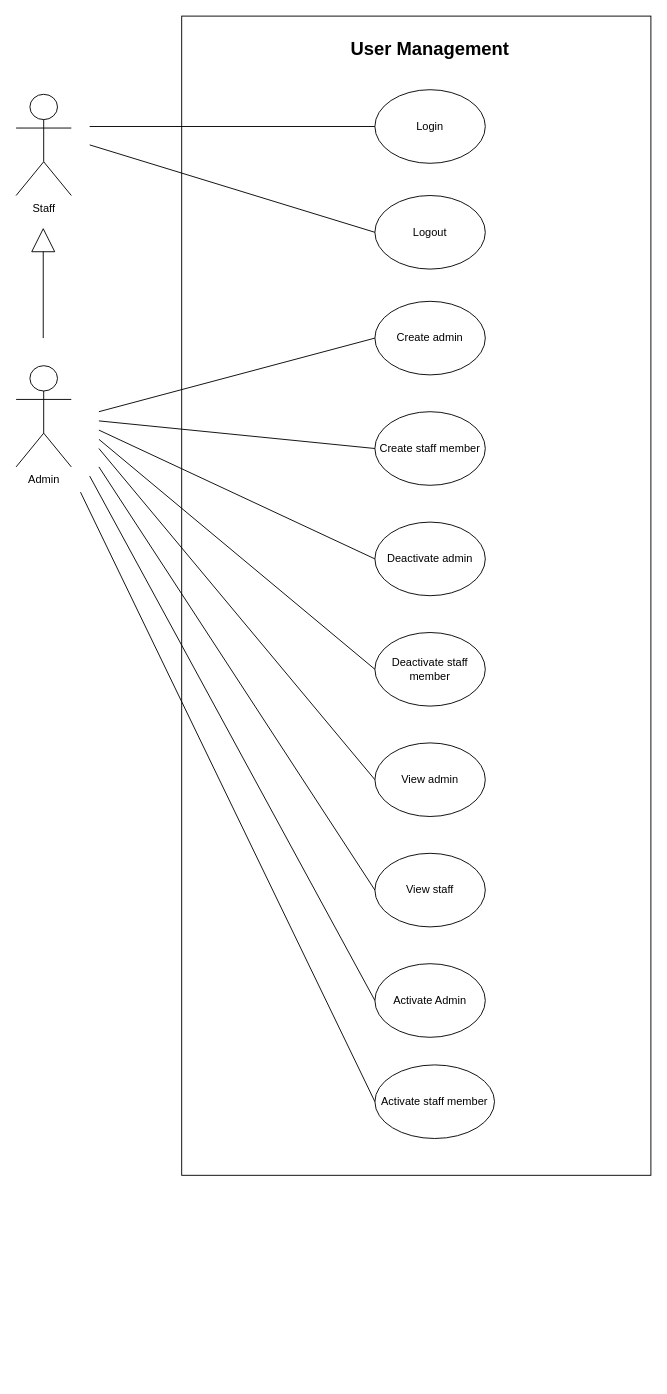
Before: docs/Analysis/Use_Case_Diagrams/User_Management.drawio in james15mokoena/SmartInventory, a draw.io diagram. Source tidied: cells renumbered, new cells numbered last; positions are measured from the earlier drawing's top-left corner, leaving out a move shared by most shapes. Both pictures are drawn from the tidied source at 92%, with x=0, y=0 at pixel (16, 16).
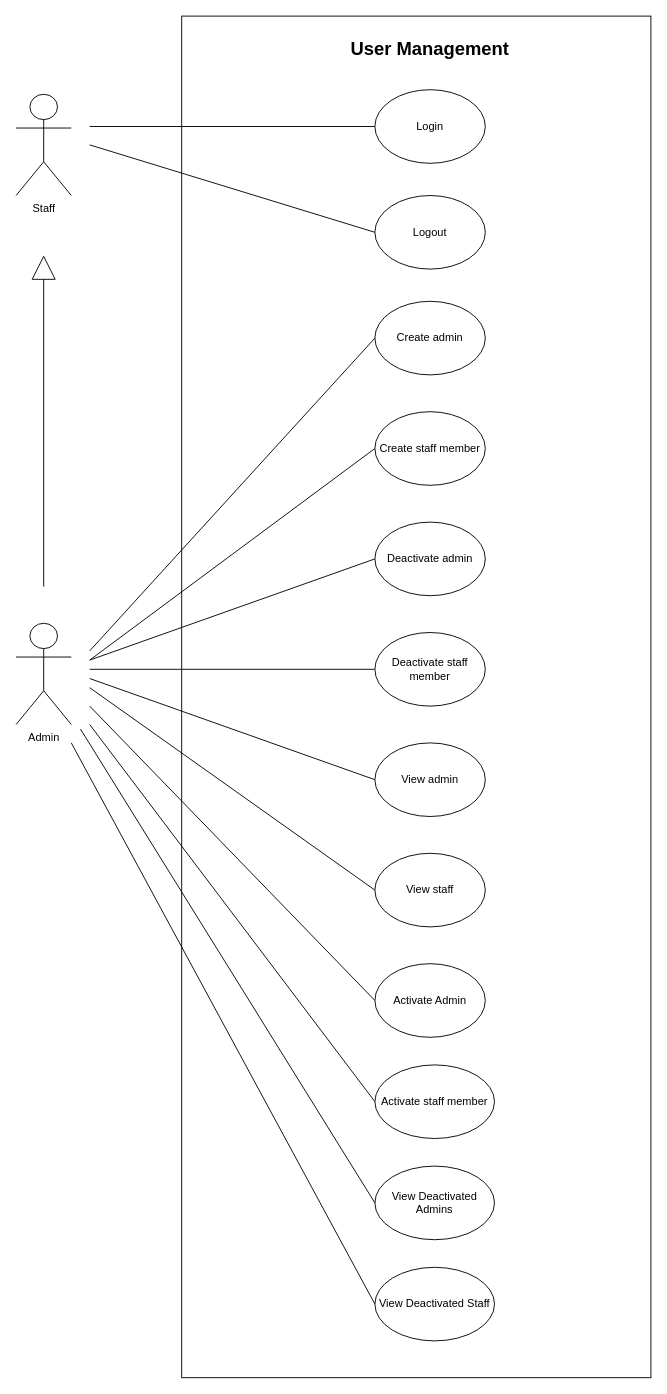
The same diagram, later.

Commit message (it also covers changes not shown here):
Implemented the view activated admins use case.

The change refers to these unchanged cells:
```xml
<mxCell id="4" value="Create admin" style="ellipse;whiteSpace=wrap;html=1;" parent="1" vertex="1">
  <mxGeometry x="390" y="310" width="120" height="80" as="geometry" />
</mxCell>
<mxCell id="10" value="Create staff member" style="ellipse;whiteSpace=wrap;html=1;" parent="1" vertex="1">
  <mxGeometry x="390" y="430" width="120" height="80" as="geometry" />
</mxCell>
<mxCell id="13" value="Deactivate admin" style="ellipse;whiteSpace=wrap;html=1;" parent="1" vertex="1">
  <mxGeometry x="390" y="550" width="120" height="80" as="geometry" />
</mxCell>
<mxCell id="14" value="Deactivate staff member" style="ellipse;whiteSpace=wrap;html=1;" parent="1" vertex="1">
  <mxGeometry x="390" y="670" width="120" height="80" as="geometry" />
</mxCell>
<mxCell id="19" value="View admin" style="ellipse;whiteSpace=wrap;html=1;" parent="1" vertex="1">
  <mxGeometry x="390" y="790" width="120" height="80" as="geometry" />
</mxCell>
<mxCell id="20" value="Activate Admin" style="ellipse;whiteSpace=wrap;html=1;" parent="1" vertex="1">
  <mxGeometry x="390" y="1030" width="120" height="80" as="geometry" />
</mxCell>
<mxCell id="23" value="View staff" style="ellipse;whiteSpace=wrap;html=1;" parent="1" vertex="1">
  <mxGeometry x="390" y="910" width="120" height="80" as="geometry" />
</mxCell>
<mxCell id="24" value="Activate staff member" style="ellipse;whiteSpace=wrap;html=1;" parent="1" vertex="1">
  <mxGeometry x="390" y="1140" width="130" height="80" as="geometry" />
</mxCell>
```

The edit, as a diff of the source:
```diff
@@
     <mxCell id="2" style="rounded=0;whiteSpace=wrap;html=1;" parent="1" vertex="1">
-      <mxGeometry x="180" width="510" height="1260" as="geometry" />
+      <mxGeometry x="180" width="510" height="1480" as="geometry" />
     </mxCell>
@@
     <mxCell id="6" value="Admin" style="shape=umlActor;verticalLabelPosition=bottom;verticalAlign=top;html=1;" parent="1" vertex="1">
-      <mxGeometry y="380" width="60" height="110" as="geometry" />
+      <mxGeometry y="660" width="60" height="110" as="geometry" />
     </mxCell>
     <mxCell id="7" style="endArrow=block;endFill=0;endSize=24;html=1;rounded=0;" parent="1" edge="1">
       <mxGeometry relative="1" as="geometry">
-        <mxPoint x="29.5" y="350" as="sourcePoint" />
-        <mxPoint x="29.5" y="230" as="targetPoint" />
+        <mxPoint x="30" y="620" as="sourcePoint" />
+        <mxPoint x="30" y="260" as="targetPoint" />
       </mxGeometry>
     </mxCell>
@@
     <mxCell id="11" style="endArrow=none;html=1;rounded=0;entryX=0;entryY=0.5;entryDx=0;entryDy=0;" parent="1" edge="1" target="4">
       <mxGeometry relative="1" as="geometry">
-        <mxPoint x="90" y="430" as="sourcePoint" />
+        <mxPoint x="80" y="690" as="sourcePoint" />
       </mxGeometry>
     </mxCell>
     <mxCell id="12" style="endArrow=none;html=1;rounded=0;entryX=0;entryY=0.5;entryDx=0;entryDy=0;" parent="1" edge="1" target="10">
       <mxGeometry relative="1" as="geometry">
-        <mxPoint x="90" y="440" as="sourcePoint" />
+        <mxPoint x="80" y="700" as="sourcePoint" />
       </mxGeometry>
     </mxCell>
@@
     <mxCell id="15" style="endArrow=none;html=1;rounded=0;entryX=0;entryY=0.5;entryDx=0;entryDy=0;" parent="1" edge="1" target="13">
       <mxGeometry relative="1" as="geometry">
-        <mxPoint x="90" y="450" as="sourcePoint" />
+        <mxPoint x="80" y="700" as="sourcePoint" />
       </mxGeometry>
     </mxCell>
     <mxCell id="16" style="endArrow=none;html=1;rounded=0;entryX=0;entryY=0.5;entryDx=0;entryDy=0;" parent="1" edge="1" target="14">
       <mxGeometry relative="1" as="geometry">
-        <mxPoint x="90" y="460" as="sourcePoint" />
+        <mxPoint x="80" y="710" as="sourcePoint" />
       </mxGeometry>
     </mxCell>
@@
     <mxCell id="21" style="endArrow=none;html=1;rounded=0;entryX=0;entryY=0.5;entryDx=0;entryDy=0;" parent="1" edge="1" target="19">
       <mxGeometry relative="1" as="geometry">
-        <mxPoint x="90" y="470" as="sourcePoint" />
+        <mxPoint x="80" y="720" as="sourcePoint" />
       </mxGeometry>
     </mxCell>
     <mxCell id="22" style="endArrow=none;html=1;rounded=0;entryX=0;entryY=0.5;entryDx=0;entryDy=0;" parent="1" edge="1" target="20">
       <mxGeometry relative="1" as="geometry">
-        <mxPoint x="80" y="500" as="sourcePoint" />
+        <mxPoint x="80" y="750" as="sourcePoint" />
       </mxGeometry>
     </mxCell>
@@
     <mxCell id="25" style="endArrow=none;html=1;rounded=0;entryX=0;entryY=0.5;entryDx=0;entryDy=0;" parent="1" edge="1" target="23">
       <mxGeometry relative="1" as="geometry">
-        <mxPoint x="90" y="490" as="sourcePoint" />
+        <mxPoint x="80" y="730" as="sourcePoint" />
       </mxGeometry>
     </mxCell>
     <mxCell id="26" style="endArrow=none;html=1;rounded=0;entryX=0;entryY=0.5;entryDx=0;entryDy=0;" parent="1" edge="1" target="24">
       <mxGeometry relative="1" as="geometry">
-        <mxPoint x="70" y="517.5" as="sourcePoint" />
+        <mxPoint x="80" y="770" as="sourcePoint" />
       </mxGeometry>
     </mxCell>
+    <mxCell id="27" value="View Deactivated Admins" style="ellipse;whiteSpace=wrap;html=1;" parent="1" vertex="1">
+      <mxGeometry x="390" y="1250" width="130" height="80" as="geometry" />
+    </mxCell>
+    <mxCell id="28" value="View Deactivated Staff" style="ellipse;whiteSpace=wrap;html=1;" parent="1" vertex="1">
+      <mxGeometry x="390" y="1360" width="130" height="80" as="geometry" />
+    </mxCell>
+    <mxCell id="29" style="endArrow=none;html=1;rounded=0;entryX=0;entryY=0.5;entryDx=0;entryDy=0;" parent="1" edge="1" target="27">
+      <mxGeometry relative="1" as="geometry">
+        <mxPoint x="70" y="775" as="sourcePoint" />
+      </mxGeometry>
+    </mxCell>
+    <mxCell id="30" style="endArrow=none;html=1;rounded=0;entryX=0;entryY=0.5;entryDx=0;entryDy=0;" parent="1" edge="1" target="28">
+      <mxGeometry relative="1" as="geometry">
+        <mxPoint x="60" y="790" as="sourcePoint" />
+      </mxGeometry>
+    </mxCell>
```
